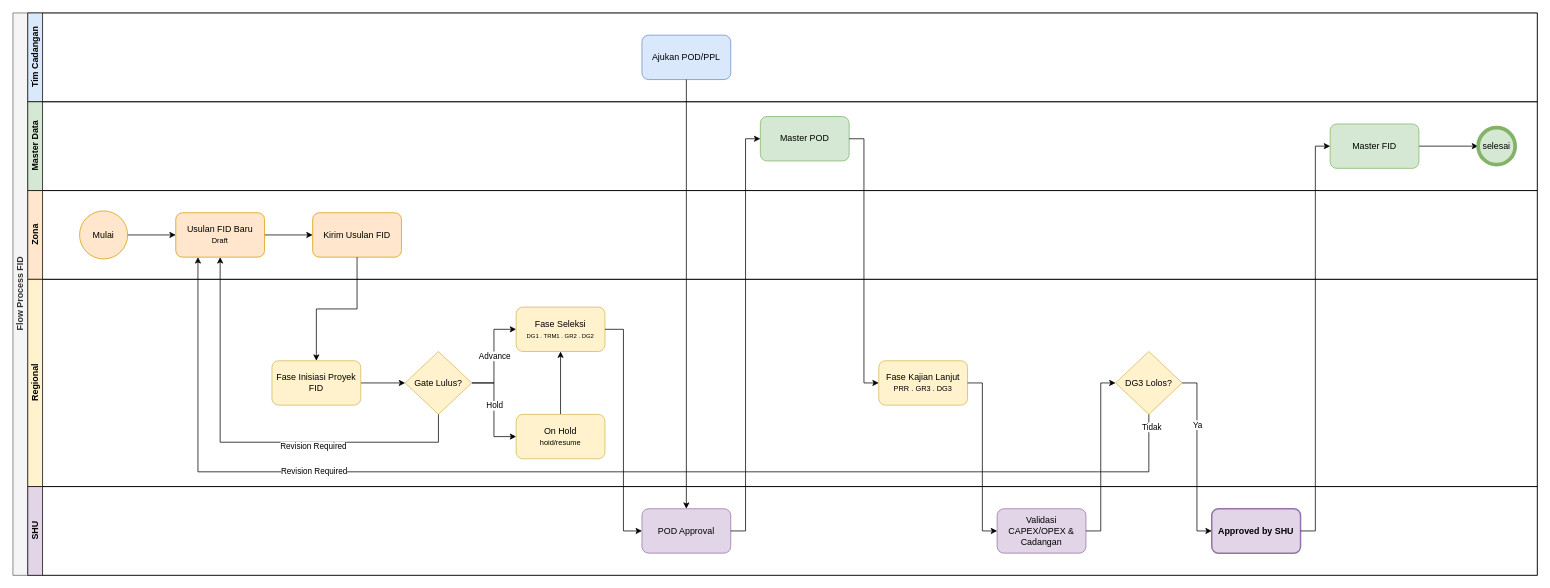
Before: page "FID" (3 of 3) of Alur RK Sumur BOR & WO.drawio in Business-Support-Application/Flow-Process-Business, a draw.io diagram. Source tidied: cells renumbered, new cells numbered last; positions are measured from the earlier drawing's top-left corner, leaving out a move shared by most shapes. Both pictures are drawn from the tidied source at 74%, with x=0, y=0 at pixel (13, 13).
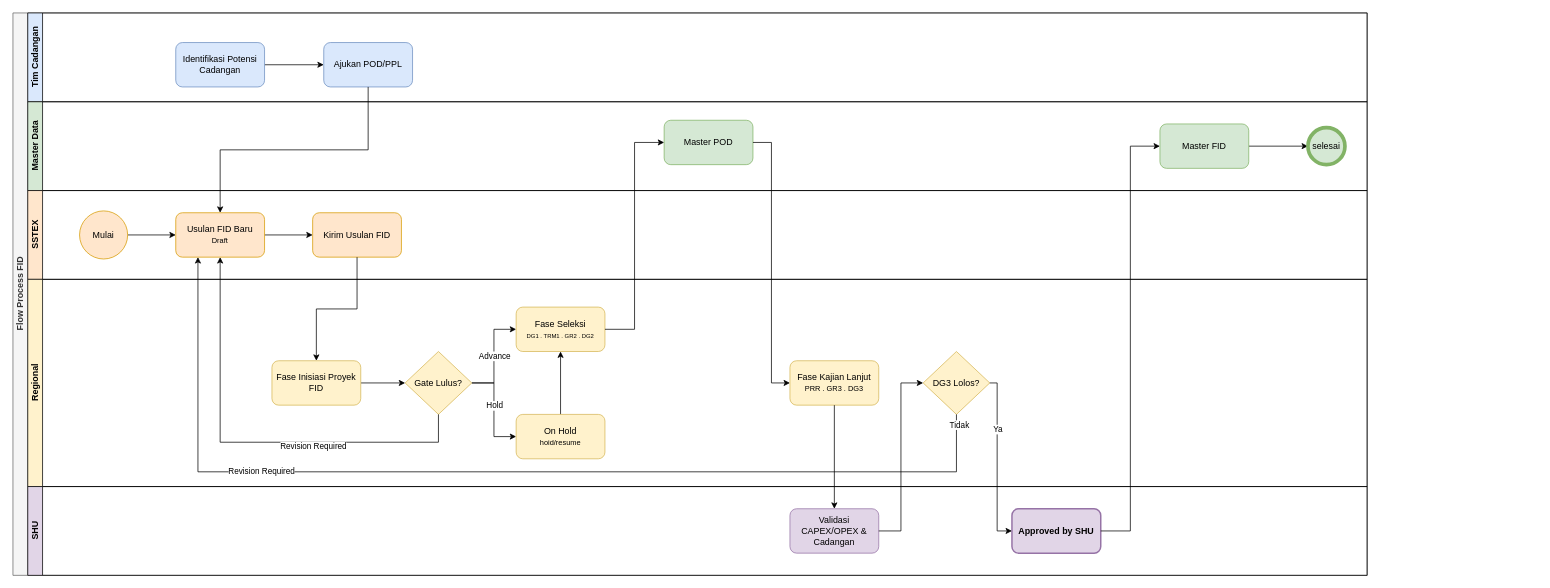
After the change.

Unchanged cells that the change refers to:
```xml
<mxCell id="14" value="Usulan FID Baru&lt;div&gt;&lt;font style=&quot;font-size: 10px;&quot;&gt;Draft&lt;/font&gt;&lt;/div&gt;" style="rounded=1;whiteSpace=wrap;html=1;fillColor=#ffe6cc;strokeColor=#d79b00;" parent="10" vertex="1">
  <mxGeometry x="200" y="30" width="120" height="60" as="geometry" />
</mxCell>
<mxCell id="24" value="Fase Seleksi&lt;div&gt;&lt;font style=&quot;font-size: 8px;&quot;&gt;DG1 . TRM1 . GR2 . DG2&lt;/font&gt;&lt;/div&gt;" style="rounded=1;whiteSpace=wrap;html=1;fillColor=#fff2cc;strokeColor=#d6b656;" parent="16" vertex="1">
  <mxGeometry x="660" y="37.5" width="120" height="60" as="geometry" />
</mxCell>
```

What changed in the source:
```diff
@@
     <mxCell id="2" value="Flow Process FID" style="swimlane;horizontal=0;startSize=20;html=1;fillColor=#f5f5f5;fontColor=#333333;strokeColor=#666666;" parent="1" vertex="1">
-      <mxGeometry width="2060" height="760" as="geometry" />
+      <mxGeometry width="1830" height="760" as="geometry" />
     </mxCell>
     <mxCell id="3" value="Tim Cadangan" style="swimlane;startSize=20;horizontal=0;html=1;fillColor=#dae8fc;strokeColor=light-dark(#000000,#000000);" parent="2" vertex="1">
-      <mxGeometry x="20" width="2040" height="120" as="geometry" />
+      <mxGeometry x="20" width="1810" height="120" as="geometry" />
     </mxCell>
     <mxCell id="4" value="Ajukan POD/PPL" style="rounded=1;whiteSpace=wrap;html=1;fillColor=#dae8fc;strokeColor=#6c8ebf;" parent="3" vertex="1">
-      <mxGeometry x="830" y="30" width="120" height="60" as="geometry" />
+      <mxGeometry x="400" y="40" width="120" height="60" as="geometry" />
     </mxCell>
+    <mxCell id="48" style="edgeStyle=orthogonalEdgeStyle;rounded=0;jettySize=auto;html=1;exitX=1;exitY=0.5;exitDx=0;exitDy=0;" parent="3" edge="1" source="49" target="4">
+      <mxGeometry relative="1" as="geometry" />
+    </mxCell>
+    <mxCell id="49" value="Identifikasi Potensi Cadangan" style="rounded=1;whiteSpace=wrap;html=1;fillColor=#dae8fc;strokeColor=#6c8ebf;" parent="3" vertex="1">
+      <mxGeometry x="200" y="40" width="120" height="60" as="geometry" />
+    </mxCell>
     <mxCell id="5" value="Master Data" style="swimlane;startSize=20;horizontal=0;html=1;fillColor=#d5e8d4;strokeColor=light-dark(#000000,#000000);" parent="2" vertex="1">
-      <mxGeometry x="20" y="120" width="2040" height="120" as="geometry" />
+      <mxGeometry x="20" y="120" width="1810" height="120" as="geometry" />
     </mxCell>
     <mxCell id="6" value="Master POD" style="rounded=1;whiteSpace=wrap;html=1;fillColor=#d5e8d4;strokeColor=#82b366;" parent="5" vertex="1">
-      <mxGeometry x="990" y="20" width="120" height="60" as="geometry" />
+      <mxGeometry x="860" y="25" width="120" height="60" as="geometry" />
     </mxCell>
@@
     <mxCell id="8" value="Master FID" style="rounded=1;whiteSpace=wrap;html=1;fillColor=#d5e8d4;strokeColor=#82b366;" parent="5" vertex="1">
-      <mxGeometry x="1760" y="30" width="120" height="60" as="geometry" />
+      <mxGeometry x="1530" y="30" width="120" height="60" as="geometry" />
     </mxCell>
     <mxCell id="9" value="selesai" style="ellipse;whiteSpace=wrap;html=1;shapeInside=1;strokeWidth=5;fillColor=#d5e8d4;strokeColor=#82b366;" parent="5" vertex="1">
-      <mxGeometry x="1960" y="35" width="50" height="50" as="geometry" />
+      <mxGeometry x="1730" y="35" width="50" height="50" as="geometry" />
     </mxCell>
-    <mxCell id="10" value="Zona" style="swimlane;startSize=20;horizontal=0;html=1;fillColor=#ffe6cc;strokeColor=light-dark(#000000,#000000);" parent="2" vertex="1">
-      <mxGeometry x="20" y="240" width="2040" height="120" as="geometry" />
+    <mxCell id="10" value="SSTEX" style="swimlane;startSize=20;horizontal=0;html=1;fillColor=#ffe6cc;strokeColor=light-dark(#000000,#000000);" parent="2" vertex="1">
+      <mxGeometry x="20" y="240" width="1810" height="120" as="geometry" />
     </mxCell>
@@
     <mxCell id="16" value="Regional" style="swimlane;startSize=20;horizontal=0;html=1;fillColor=#fff2cc;strokeColor=light-dark(#000000,#000000);" parent="2" vertex="1">
-      <mxGeometry x="20" y="360" width="2040" height="280" as="geometry" />
+      <mxGeometry x="20" y="360" width="1810" height="280" as="geometry" />
     </mxCell>
@@
     <mxCell id="27" value="Fase Kajian Lanjut&lt;div&gt;&lt;font style=&quot;font-size: 10px;&quot;&gt;PRR . GR3 . DG3&lt;/font&gt;&lt;/div&gt;" style="rounded=1;whiteSpace=wrap;html=1;fillColor=#fff2cc;strokeColor=#d6b656;" parent="16" vertex="1">
-      <mxGeometry x="1150" y="110" width="120" height="60" as="geometry" />
+      <mxGeometry x="1030" y="110" width="120" height="60" as="geometry" />
     </mxCell>
     <mxCell id="28" value="DG3 Lolos?" style="rhombus;whiteSpace=wrap;html=1;shapeInside=1;fillColor=#fff2cc;strokeColor=#d6b656;" parent="16" vertex="1">
-      <mxGeometry x="1470" y="97.5" width="90" height="85" as="geometry" />
+      <mxGeometry x="1210" y="97.5" width="90" height="85" as="geometry" />
     </mxCell>
     <mxCell id="29" value="SHU" style="swimlane;startSize=20;horizontal=0;html=1;fillColor=#e1d5e7;strokeColor=light-dark(#000000,#000000);" parent="2" vertex="1">
-      <mxGeometry x="20" y="640" width="2040" height="120" as="geometry" />
+      <mxGeometry x="20" y="640" width="1810" height="120" as="geometry" />
     </mxCell>
-    <mxCell id="30" value="POD Approval" style="rounded=1;whiteSpace=wrap;html=1;fillColor=#e1d5e7;strokeColor=#9673a6;" parent="29" vertex="1">
-      <mxGeometry x="830" y="30" width="120" height="60" as="geometry" />
-    </mxCell>
     <mxCell id="31" value="Validasi CAPEX/OPEX &amp;amp; Cadangan" style="rounded=1;whiteSpace=wrap;html=1;fillColor=#e1d5e7;strokeColor=#9673a6;" parent="29" vertex="1">
-      <mxGeometry x="1310" y="30" width="120" height="60" as="geometry" />
+      <mxGeometry x="1030" y="30" width="120" height="60" as="geometry" />
     </mxCell>
     <mxCell id="32" value="&lt;b&gt;Approved by SHU&lt;/b&gt;" style="rounded=1;whiteSpace=wrap;html=1;strokeWidth=2;strokeColor=#9673a6;fillColor=#e1d5e7;" parent="29" vertex="1">
-      <mxGeometry x="1600" y="30" width="120" height="60" as="geometry" />
+      <mxGeometry x="1330" y="30" width="120" height="60" as="geometry" />
     </mxCell>
@@
-    <mxCell id="34" style="edgeStyle=orthogonalEdgeStyle;rounded=0;jettySize=auto;html=1;exitX=1;exitY=0.5;exitDx=0;exitDy=0;entryX=0;entryY=0.5;entryDx=0;entryDy=0;" parent="2" edge="1" source="27" target="31">
-      <mxGeometry relative="1" as="geometry" />
-    </mxCell>
@@
     <mxCell id="36" style="edgeStyle=orthogonalEdgeStyle;rounded=0;jettySize=auto;html=1;exitX=1;exitY=0.5;exitDx=0;exitDy=0;entryX=0;entryY=0.5;entryDx=0;entryDy=0;" parent="2" edge="1" source="28" target="32">
-      <mxGeometry relative="1" as="geometry" />
+      <mxGeometry relative="1" as="geometry">
+        <Array as="points">
+          <mxPoint x="1330" y="500" />
+          <mxPoint x="1330" y="700" />
+        </Array>
+      </mxGeometry>
     </mxCell>
@@
-    <mxCell id="39" style="edgeStyle=orthogonalEdgeStyle;rounded=0;jettySize=auto;html=1;exitX=0.5;exitY=1;exitDx=0;exitDy=0;entryX=0.5;entryY=0;entryDx=0;entryDy=0;" parent="2" edge="1" source="4" target="30">
-      <mxGeometry relative="1" as="geometry" />
-    </mxCell>
-    <mxCell id="40" style="edgeStyle=orthogonalEdgeStyle;rounded=0;jettySize=auto;html=1;exitX=1;exitY=0.5;exitDx=0;exitDy=0;entryX=0;entryY=0.5;entryDx=0;entryDy=0;" parent="2" edge="1" source="24" target="30">
-      <mxGeometry relative="1" as="geometry" />
-    </mxCell>
-    <mxCell id="41" style="edgeStyle=orthogonalEdgeStyle;rounded=0;jettySize=auto;html=1;exitX=1;exitY=0.5;exitDx=0;exitDy=0;entryX=0;entryY=0.5;entryDx=0;entryDy=0;" parent="2" edge="1" source="30" target="6">
-      <mxGeometry relative="1" as="geometry" />
-    </mxCell>
     <mxCell id="42" style="edgeStyle=orthogonalEdgeStyle;rounded=0;jettySize=auto;html=1;exitX=0.5;exitY=1;exitDx=0;exitDy=0;entryX=0.25;entryY=1;entryDx=0;entryDy=0;" parent="2" edge="1" source="28" target="14">
       <mxGeometry relative="1" as="geometry">
         <Array as="points">
-          <mxPoint x="1535.1" y="620.1" />
+          <mxPoint x="1275" y="620.1" />
           <mxPoint x="250" y="620.1" />
         </Array>
       </mxGeometry>
     </mxCell>
@@
+    <mxCell id="50" style="edgeStyle=orthogonalEdgeStyle;rounded=0;jettySize=auto;html=1;exitX=0.5;exitY=1;exitDx=0;exitDy=0;entryX=0.5;entryY=0;entryDx=0;entryDy=0;" parent="2" edge="1" source="4" target="14">
+      <mxGeometry relative="1" as="geometry" />
+    </mxCell>
+    <mxCell id="51" style="edgeStyle=orthogonalEdgeStyle;rounded=0;jettySize=auto;html=1;exitX=1;exitY=0.5;exitDx=0;exitDy=0;entryX=0;entryY=0.5;entryDx=0;entryDy=0;" parent="2" edge="1" source="24" target="6">
+      <mxGeometry relative="1" as="geometry" />
+    </mxCell>
+    <mxCell id="34" style="edgeStyle=orthogonalEdgeStyle;rounded=0;jettySize=auto;html=1;exitX=0.5;exitY=1;exitDx=0;exitDy=0;entryX=0.5;entryY=0;entryDx=0;entryDy=0;" parent="2" edge="1" source="27" target="31">
+      <mxGeometry relative="1" as="geometry" />
+    </mxCell>
```
